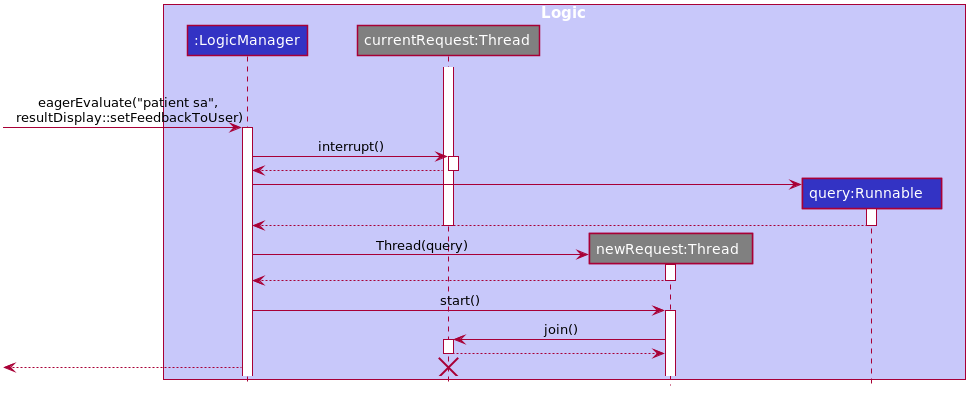
nus-cs2103-AY1920S1/addressbook-level3 keeps this PlantUML diagram as docs/images/ReactiveSearchThreadingSequenceDiagram.png. Above is the earlier version.
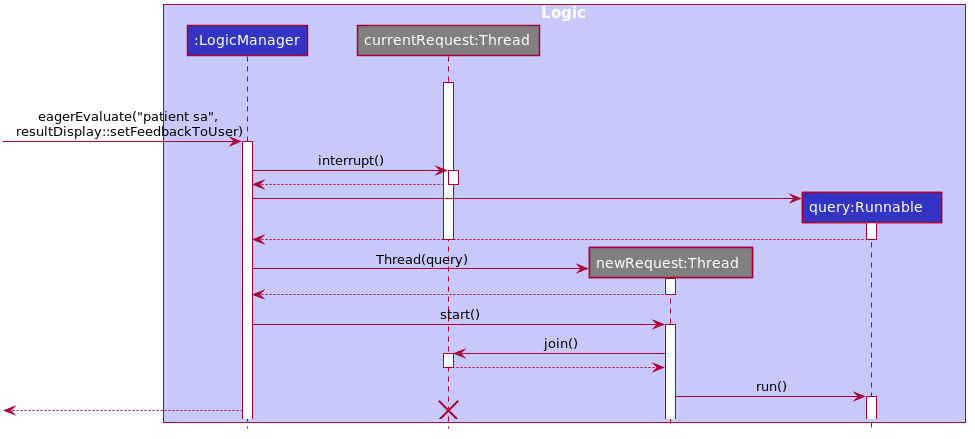
The same diagram one commit later.

Commit message:
Update reactive search seq diagrams

Diff of the diagram source:
```diff
@@ -55,9 +55,12 @@
 participant "query:Runnable      " as Runnable #3333C4
 end box
 
+create Thread1
+[-[hidden]>Thread1
 activate Thread1
 
 opt #Orange commandText not blank
+
 [-> LogicManager : eagerEvaluate("patient sa",\nresultDisplay::setFeedbackToUser)
 activate LogicManager
 
@@ -93,6 +96,9 @@
 Thread2 <-- Thread1
 deactivate Thread1
 
+Thread2 -> Runnable : run()
+activate Runnable
+
 [<-- LogicManager
 destroy Thread1
 @enduml
```
